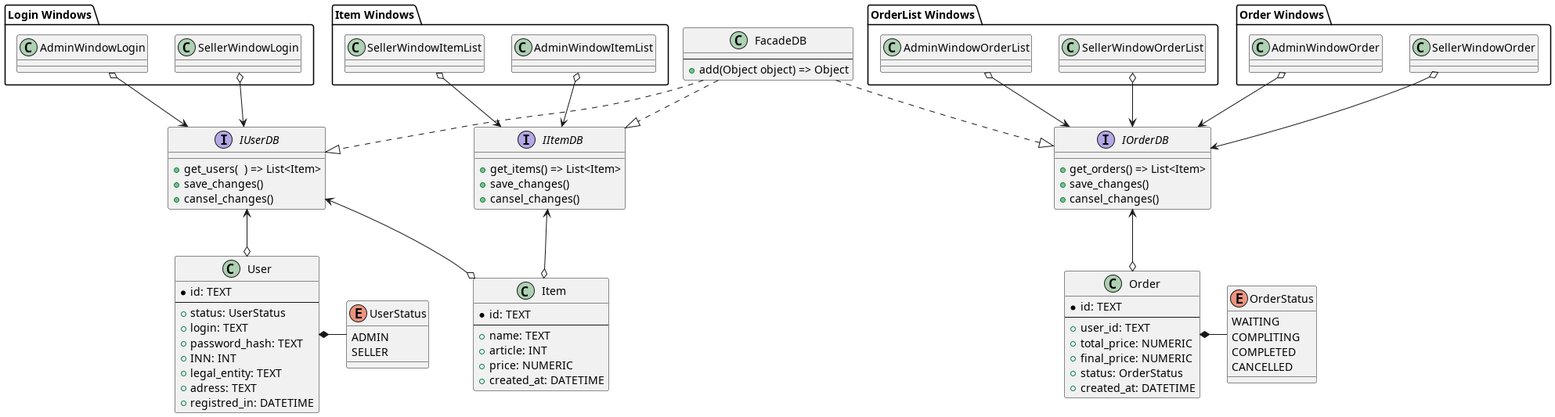
The PlantUML diagram uml-диаграммы/out/Диаграмма классов/Диаграмма_классов_better/Диаграмма классов.png in BombasticFantastik/PIS_Course_work, before a commit.
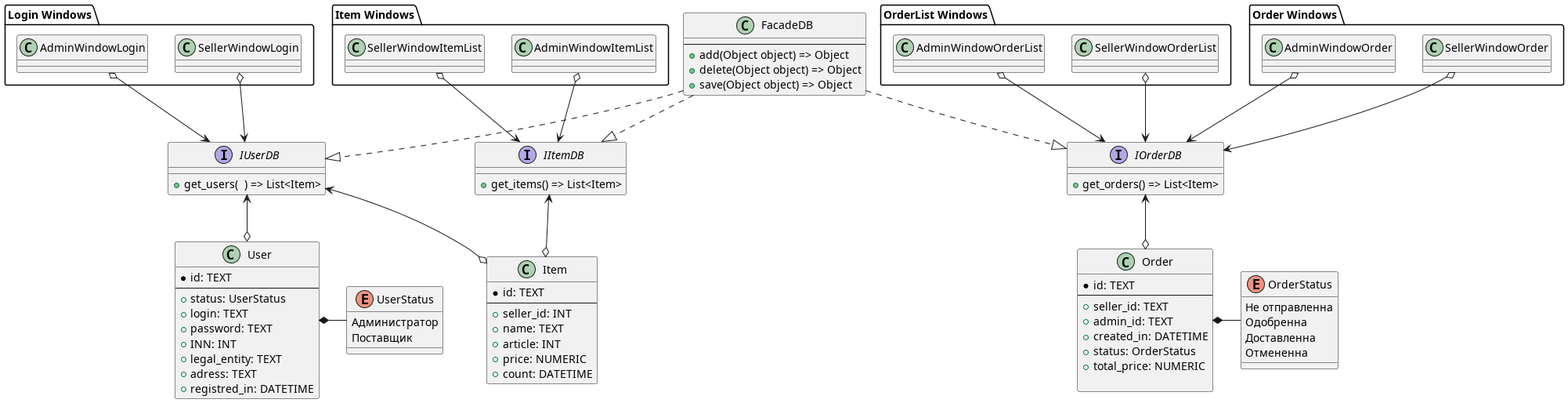
The same diagram one commit later.

Diff of the diagram source:
```diff
@@ -3,26 +3,23 @@
 class FacadeDB{
   --
   + add(Object object) => Object
+  + delete(Object object) => Object
+  + save(Object object) => Object
 }
 
 interface IUserDB {
   + get_users(  ) => List<Item>
-  + save_сhanges()
-  + cansel_сhanges()
+
 }
 
 interface IItemDB {
 
   + get_items() => List<Item>
-  + save_сhanges()
-  + cansel_сhanges()
 }
 
 interface IOrderDB {
 
   + get_orders() => List<Item>
-  + save_сhanges()
-  + cansel_сhanges()
 
 }
 
@@ -44,7 +41,7 @@
   --
   + status: UserStatus
   + login: TEXT
-  + password_hash: TEXT
+  + password: TEXT
   + INN: INT
   + legal_entity: TEXT
   + adress: TEXT
@@ -52,44 +49,41 @@
 }
 
 enum UserStatus {
-  ADMIN
-  SELLER
+  Администратор
+  Поставщик
 }
 
 User *- UserStatus
 
-
-
-
 class Item {
   * id: TEXT
   --
+  + seller_id: INT
   + name: TEXT
   + article: INT
   + price: NUMERIC
-  + created_at: DATETIME
+  + count: DATETIME
 }
 
 class Order {
   * id: TEXT
   --
-  + user_id: TEXT
+  + seller_id: TEXT
+  + admin_id: TEXT
+  + created_in: DATETIME
+  + status: OrderStatus
   + total_price: NUMERIC
-  + final_price: NUMERIC
-  + status: OrderStatus
-  + created_at: DATETIME
+
 }
 
 enum OrderStatus {
-  WAITING
-  COMPLITING
-  COMPLETED
-  CANCELLED
+  Не отправленна
+  Одобренна
+  Доставленна
+  Отмененна
 }
 
 Order *- OrderStatus
-
-
 package "Item Windows" {
 SellerWindowItemList o--> IItemDB
 AdminWindowItemList o--> IItemDB
```
